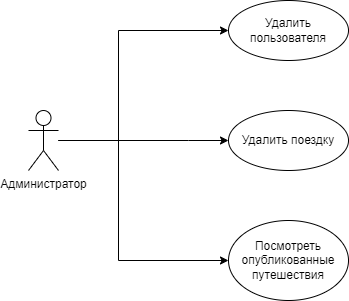
Before: documentation/диаграммы/use case со стороны администратора.png, a diagram exported from draw.io (egoistique/TravelWithFriends). Source tidied: cells renumbered, new cells last; positions are measured from the earlier drawing's top-left corner, leaving out a move shared by most shapes.
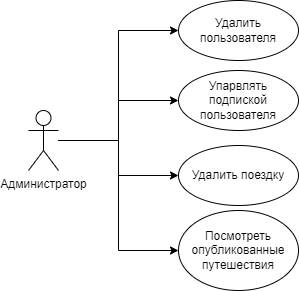
After the commit.

The edit, as a diff of the source:
```diff
@@ -10,23 +10,26 @@
         </Array>
       </mxGeometry>
     </mxCell>
+    <mxCell id="9" style="edgeStyle=orthogonalEdgeStyle;rounded=0;jettySize=auto;html=1;" parent="1" edge="1" source="3" target="10">
+      <mxGeometry relative="1" as="geometry" />
+    </mxCell>
     <mxCell id="3" value="Администратор" style="shape=umlActor;verticalLabelPosition=bottom;verticalAlign=top;html=1;outlineConnect=0;" parent="1" vertex="1">
       <mxGeometry y="110" width="30" height="60" as="geometry" />
     </mxCell>
     <mxCell id="4" value="Посмотреть опубликованные путешествия" style="ellipse;whiteSpace=wrap;html=1;" parent="1" vertex="1">
-      <mxGeometry x="200" y="220" width="120" height="80" as="geometry" />
+      <mxGeometry x="150" y="210" width="120" height="80" as="geometry" />
     </mxCell>
     <mxCell id="5" value="Удалить поездку" style="ellipse;whiteSpace=wrap;html=1;" parent="1" vertex="1">
-      <mxGeometry x="200" y="110" width="120" height="60" as="geometry" />
+      <mxGeometry x="150" y="145" width="120" height="60" as="geometry" />
     </mxCell>
     <mxCell id="6" value="Удалить пользователя" style="ellipse;whiteSpace=wrap;html=1;" parent="1" vertex="1">
-      <mxGeometry x="200" width="120" height="60" as="geometry" />
+      <mxGeometry x="150" width="120" height="60" as="geometry" />
     </mxCell>
     <mxCell id="7" style="rounded=0;jettySize=auto;html=1;edgeStyle=orthogonalEdgeStyle;" parent="1" edge="1" source="3" target="5">
       <mxGeometry relative="1" as="geometry">
         <Array as="points">
-          <mxPoint x="160" y="140" />
-          <mxPoint x="160" y="140" />
+          <mxPoint x="90" y="140" />
+          <mxPoint x="90" y="175" />
         </Array>
       </mxGeometry>
     </mxCell>
@@ -37,5 +40,8 @@
         </Array>
       </mxGeometry>
     </mxCell>
+    <mxCell id="10" value="Упарвлять подпиской пользователя" style="ellipse;whiteSpace=wrap;html=1;" parent="1" vertex="1">
+      <mxGeometry x="150" y="70" width="120" height="60" as="geometry" />
+    </mxCell>
   </root>
 </mxGraphModel>
```
